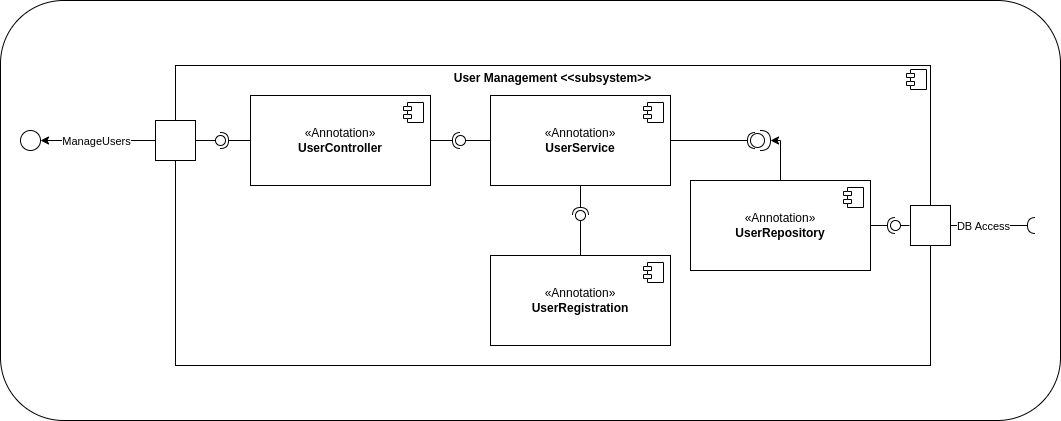
Earlier version of the draw.io export Assets/ComponentDiagram.drawio.png (uvic-teach/project-m1-team9). Source tidied: cells renumbered, new cells last; positions are measured from the earlier drawing's top-left corner, leaving out a move shared by most shapes. Its diagram source:
```xml
<mxGraphModel>
  <root>
    <mxCell id="0" />
    <mxCell id="1" parent="0" />
    <mxCell id="2" style="rounded=1;whiteSpace=wrap;html=1;" parent="1" vertex="1">
      <mxGeometry width="1060" height="420" as="geometry" />
    </mxCell>
    <mxCell id="3" value="&lt;p style=&quot;margin:0px;margin-top:6px;text-align:center;&quot;&gt;&lt;b&gt;User Management &amp;lt;&amp;lt;subsystem&amp;gt;&amp;gt;&lt;/b&gt;&lt;/p&gt;" style="align=left;overflow=fill;html=1;whiteSpace=wrap;" parent="1" vertex="1">
      <mxGeometry x="175" y="65" width="755" height="300" as="geometry" />
    </mxCell>
    <mxCell id="4" style="shape=component;jettyWidth=8;jettyHeight=4;" parent="3" vertex="1">
      <mxGeometry x="1" width="20" height="20" relative="1" as="geometry">
        <mxPoint x="-24" y="4" as="offset" />
      </mxGeometry>
    </mxCell>
    <mxCell id="5" style="verticalLabelPosition=bottom;verticalAlign=top;html=1;shape=mxgraph.basic.rect;fillColor2=none;strokeWidth=1;size=20;indent=5;" parent="1" vertex="1">
      <mxGeometry x="155" y="120" width="40" height="40" as="geometry" />
    </mxCell>
    <mxCell id="6" style="verticalLabelPosition=bottom;verticalAlign=top;html=1;shape=mxgraph.basic.rect;fillColor2=none;strokeWidth=1;size=20;indent=5;" parent="1" vertex="1">
      <mxGeometry x="910" y="205" width="40" height="40" as="geometry" />
    </mxCell>
    <mxCell id="7" style="rounded=0;jettySize=auto;html=1;endArrow=halfCircle;endFill=0;endSize=6;strokeWidth=1;sketch=0;fontSize=12;curved=1;" parent="1" edge="1" source="6">
      <mxGeometry x="970" y="515" as="geometry">
        <mxPoint x="1035" y="225" as="targetPoint" />
      </mxGeometry>
    </mxCell>
    <mxCell id="8" value="DB Access" style="edgeLabel;html=1;align=center;verticalAlign=middle;" parent="7" vertex="1">
      <mxGeometry relative="1" as="geometry">
        <mxPoint x="-11" as="offset" />
      </mxGeometry>
    </mxCell>
    <mxCell id="9" style="ellipse;whiteSpace=wrap;html=1;align=center;fillColor=none;strokeColor=none;perimeter=centerPerimeter;" parent="1" vertex="1">
      <mxGeometry x="915" y="210" width="10" height="10" as="geometry" />
    </mxCell>
    <mxCell id="10" style="edgeStyle=orthogonalEdgeStyle;rounded=0;jettySize=auto;html=1;entryX=1;entryY=0.5;entryDx=0;entryDy=0;" parent="1" edge="1" source="5" target="39">
      <mxGeometry relative="1" as="geometry" />
    </mxCell>
    <mxCell id="11" value="ManageUsers" style="edgeLabel;html=1;align=center;verticalAlign=middle;" parent="10" vertex="1">
      <mxGeometry x="0.12" y="3" relative="1" as="geometry">
        <mxPoint x="5" y="-3" as="offset" />
      </mxGeometry>
    </mxCell>
    <mxCell id="12" value="«Annotation»&lt;br&gt;&lt;b&gt;UserController&lt;/b&gt;" style="html=1;whiteSpace=wrap;" parent="1" vertex="1">
      <mxGeometry x="250" y="95" width="180" height="90" as="geometry" />
    </mxCell>
    <mxCell id="13" style="shape=module;jettyWidth=8;jettyHeight=4;" parent="12" vertex="1">
      <mxGeometry x="1" width="20" height="20" relative="1" as="geometry">
        <mxPoint x="-27" y="7" as="offset" />
      </mxGeometry>
    </mxCell>
    <mxCell id="14" value="«Annotation»&lt;br&gt;&lt;b&gt;UserService&lt;/b&gt;" style="html=1;whiteSpace=wrap;" parent="1" vertex="1">
      <mxGeometry x="490" y="95" width="180" height="90" as="geometry" />
    </mxCell>
    <mxCell id="15" style="shape=module;jettyWidth=8;jettyHeight=4;" parent="14" vertex="1">
      <mxGeometry x="1" width="20" height="20" relative="1" as="geometry">
        <mxPoint x="-27" y="7" as="offset" />
      </mxGeometry>
    </mxCell>
    <mxCell id="16" value="«Annotation»&lt;br&gt;&lt;b&gt;UserRegistration&lt;/b&gt;" style="html=1;whiteSpace=wrap;" parent="1" vertex="1">
      <mxGeometry x="490" y="255" width="180" height="90" as="geometry" />
    </mxCell>
    <mxCell id="17" style="shape=module;jettyWidth=8;jettyHeight=4;" parent="16" vertex="1">
      <mxGeometry x="1" width="20" height="20" relative="1" as="geometry">
        <mxPoint x="-27" y="7" as="offset" />
      </mxGeometry>
    </mxCell>
    <mxCell id="18" style="ellipse;whiteSpace=wrap;html=1;align=center;fillColor=none;strokeColor=none;perimeter=centerPerimeter;" parent="1" vertex="1">
      <mxGeometry x="525" y="265" width="10" height="10" as="geometry" />
    </mxCell>
    <mxCell id="19" style="ellipse;whiteSpace=wrap;html=1;align=center;fillColor=none;strokeColor=none;perimeter=centerPerimeter;" parent="1" vertex="1">
      <mxGeometry x="525" y="160" width="10" height="10" as="geometry" />
    </mxCell>
    <mxCell id="20" style="rounded=0;jettySize=auto;html=1;endArrow=halfCircle;endFill=0;endSize=6;strokeWidth=1;sketch=0;exitX=0.5;exitY=1;exitDx=0;exitDy=0;" parent="1" edge="1" source="14" target="22">
      <mxGeometry relative="1" as="geometry" />
    </mxCell>
    <mxCell id="21" style="rounded=0;jettySize=auto;html=1;endArrow=oval;endFill=0;sketch=0;sourcePerimeterSpacing=0;targetPerimeterSpacing=0;endSize=10;exitX=0.5;exitY=0;exitDx=0;exitDy=0;" parent="1" edge="1" source="16" target="22">
      <mxGeometry relative="1" as="geometry" />
    </mxCell>
    <mxCell id="22" style="ellipse;whiteSpace=wrap;html=1;align=center;fillColor=none;strokeColor=none;perimeter=centerPerimeter;points=[];outlineConnect=1;" parent="1" vertex="1">
      <mxGeometry x="575" y="210" width="10" height="10" as="geometry" />
    </mxCell>
    <mxCell id="23" style="rounded=0;jettySize=auto;html=1;endArrow=halfCircle;endFill=0;endSize=6;strokeWidth=1;sketch=0;exitX=0;exitY=0.5;exitDx=0;exitDy=0;" parent="1" edge="1" source="12" target="25">
      <mxGeometry relative="1" as="geometry" />
    </mxCell>
    <mxCell id="24" style="rounded=0;jettySize=auto;html=1;endArrow=oval;endFill=0;sketch=0;sourcePerimeterSpacing=0;targetPerimeterSpacing=0;endSize=10;" parent="1" edge="1" target="25">
      <mxGeometry relative="1" as="geometry">
        <mxPoint x="195" y="140" as="sourcePoint" />
      </mxGeometry>
    </mxCell>
    <mxCell id="25" style="ellipse;whiteSpace=wrap;html=1;align=center;fillColor=none;strokeColor=none;perimeter=centerPerimeter;points=[];outlineConnect=1;" parent="1" vertex="1">
      <mxGeometry x="215" y="135" width="10" height="10" as="geometry" />
    </mxCell>
    <mxCell id="26" style="rounded=0;jettySize=auto;html=1;endArrow=halfCircle;endFill=0;endSize=6;strokeWidth=1;sketch=0;exitX=1;exitY=0.5;exitDx=0;exitDy=0;" parent="1" edge="1" source="12" target="28">
      <mxGeometry relative="1" as="geometry" />
    </mxCell>
    <mxCell id="27" style="rounded=0;jettySize=auto;html=1;endArrow=oval;endFill=0;sketch=0;sourcePerimeterSpacing=0;targetPerimeterSpacing=0;endSize=10;exitX=0;exitY=0.5;exitDx=0;exitDy=0;" parent="1" edge="1" source="14" target="28">
      <mxGeometry relative="1" as="geometry" />
    </mxCell>
    <mxCell id="28" style="ellipse;whiteSpace=wrap;html=1;align=center;fillColor=none;strokeColor=none;perimeter=centerPerimeter;points=[];outlineConnect=1;" parent="1" vertex="1">
      <mxGeometry x="455" y="135" width="10" height="10" as="geometry" />
    </mxCell>
    <mxCell id="29" value="«Annotation»&lt;br&gt;&lt;b&gt;UserRepository&lt;/b&gt;" style="html=1;whiteSpace=wrap;" parent="1" vertex="1">
      <mxGeometry x="690" y="180" width="180" height="90" as="geometry" />
    </mxCell>
    <mxCell id="30" style="shape=module;jettyWidth=8;jettyHeight=4;" parent="29" vertex="1">
      <mxGeometry x="1" width="20" height="20" relative="1" as="geometry">
        <mxPoint x="-27" y="7" as="offset" />
      </mxGeometry>
    </mxCell>
    <mxCell id="31" style="ellipse;whiteSpace=wrap;html=1;align=center;fillColor=none;strokeColor=none;perimeter=centerPerimeter;" parent="1" vertex="1">
      <mxGeometry x="880" y="220" width="10" height="10" as="geometry" />
    </mxCell>
    <mxCell id="32" style="rounded=0;jettySize=auto;html=1;endArrow=halfCircle;endFill=0;endSize=6;strokeWidth=1;sketch=0;exitX=1;exitY=0.5;exitDx=0;exitDy=0;" parent="1" edge="1" source="29" target="34">
      <mxGeometry relative="1" as="geometry" />
    </mxCell>
    <mxCell id="33" style="rounded=0;jettySize=auto;html=1;endArrow=oval;endFill=0;sketch=0;sourcePerimeterSpacing=0;targetPerimeterSpacing=0;endSize=10;exitX=-0.025;exitY=0.5;exitDx=0;exitDy=0;exitPerimeter=0;" parent="1" edge="1" source="6" target="34">
      <mxGeometry relative="1" as="geometry" />
    </mxCell>
    <mxCell id="34" style="ellipse;whiteSpace=wrap;html=1;align=center;fillColor=none;strokeColor=none;perimeter=centerPerimeter;points=[];outlineConnect=1;" parent="1" vertex="1">
      <mxGeometry x="890" y="220" width="10" height="10" as="geometry" />
    </mxCell>
    <mxCell id="35" style="rounded=0;jettySize=auto;html=1;endArrow=halfCircle;endFill=0;endSize=6;strokeWidth=1;sketch=0;fontSize=12;curved=1;entryX=0;entryY=0.8;entryDx=0;entryDy=0;entryPerimeter=0;" parent="1" edge="1" source="14" target="36">
      <mxGeometry x="810" y="530" as="geometry" />
    </mxCell>
    <mxCell id="36" style="ellipse;whiteSpace=wrap;html=1;align=center;fillColor=none;strokeColor=none;perimeter=centerPerimeter;points=[];outlineConnect=1;" parent="1" vertex="1">
      <mxGeometry x="750" y="135" width="10" height="10" as="geometry" />
    </mxCell>
    <mxCell id="37" style="shape=providedRequiredInterface;html=1;verticalLabelPosition=bottom;sketch=0;" parent="1" vertex="1">
      <mxGeometry x="750" y="130" width="20" height="20" as="geometry" />
    </mxCell>
    <mxCell id="38" style="edgeStyle=orthogonalEdgeStyle;rounded=0;jettySize=auto;html=1;exitX=0.5;exitY=0;exitDx=0;exitDy=0;entryX=1;entryY=0.5;entryDx=0;entryDy=0;entryPerimeter=0;" parent="1" edge="1" source="29" target="37">
      <mxGeometry relative="1" as="geometry">
        <Array as="points">
          <mxPoint x="780" y="140" />
        </Array>
      </mxGeometry>
    </mxCell>
    <mxCell id="39" style="ellipse;whiteSpace=wrap;html=1;" parent="1" vertex="1">
      <mxGeometry x="20" y="130" width="20" height="20" as="geometry" />
    </mxCell>
  </root>
</mxGraphModel>
```
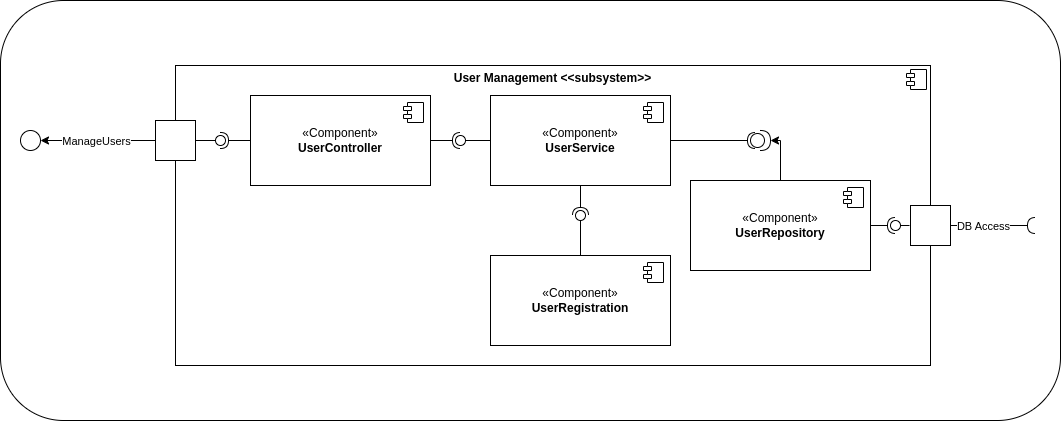
The same file after the commit.

The edit, as a diff of the source:
```diff
@@ -40,7 +40,7 @@
         <mxPoint x="5" y="-3" as="offset" />
       </mxGeometry>
     </mxCell>
-    <mxCell id="12" value="«Annotation»&lt;br&gt;&lt;b&gt;UserController&lt;/b&gt;" style="html=1;whiteSpace=wrap;" parent="1" vertex="1">
+    <mxCell id="12" value="«Component»&lt;br&gt;&lt;b&gt;UserController&lt;/b&gt;" style="html=1;whiteSpace=wrap;" parent="1" vertex="1">
       <mxGeometry x="250" y="95" width="180" height="90" as="geometry" />
     </mxCell>
     <mxCell id="13" style="shape=module;jettyWidth=8;jettyHeight=4;" parent="12" vertex="1">
@@ -48,7 +48,7 @@
         <mxPoint x="-27" y="7" as="offset" />
       </mxGeometry>
     </mxCell>
-    <mxCell id="14" value="«Annotation»&lt;br&gt;&lt;b&gt;UserService&lt;/b&gt;" style="html=1;whiteSpace=wrap;" parent="1" vertex="1">
+    <mxCell id="14" value="«Component»&lt;br&gt;&lt;b&gt;UserService&lt;/b&gt;" style="html=1;whiteSpace=wrap;" parent="1" vertex="1">
       <mxGeometry x="490" y="95" width="180" height="90" as="geometry" />
     </mxCell>
     <mxCell id="15" style="shape=module;jettyWidth=8;jettyHeight=4;" parent="14" vertex="1">
@@ -56,7 +56,7 @@
         <mxPoint x="-27" y="7" as="offset" />
       </mxGeometry>
     </mxCell>
-    <mxCell id="16" value="«Annotation»&lt;br&gt;&lt;b&gt;UserRegistration&lt;/b&gt;" style="html=1;whiteSpace=wrap;" parent="1" vertex="1">
+    <mxCell id="16" value="«Component»&lt;br&gt;&lt;b&gt;UserRegistration&lt;/b&gt;" style="html=1;whiteSpace=wrap;" parent="1" vertex="1">
       <mxGeometry x="490" y="255" width="180" height="90" as="geometry" />
     </mxCell>
     <mxCell id="17" style="shape=module;jettyWidth=8;jettyHeight=4;" parent="16" vertex="1">
@@ -99,7 +99,7 @@
     <mxCell id="28" style="ellipse;whiteSpace=wrap;html=1;align=center;fillColor=none;strokeColor=none;perimeter=centerPerimeter;points=[];outlineConnect=1;" parent="1" vertex="1">
       <mxGeometry x="455" y="135" width="10" height="10" as="geometry" />
     </mxCell>
-    <mxCell id="29" value="«Annotation»&lt;br&gt;&lt;b&gt;UserRepository&lt;/b&gt;" style="html=1;whiteSpace=wrap;" parent="1" vertex="1">
+    <mxCell id="29" value="«Component»&lt;br&gt;&lt;b&gt;UserRepository&lt;/b&gt;" style="html=1;whiteSpace=wrap;" parent="1" vertex="1">
       <mxGeometry x="690" y="180" width="180" height="90" as="geometry" />
     </mxCell>
     <mxCell id="30" style="shape=module;jettyWidth=8;jettyHeight=4;" parent="29" vertex="1">
```
